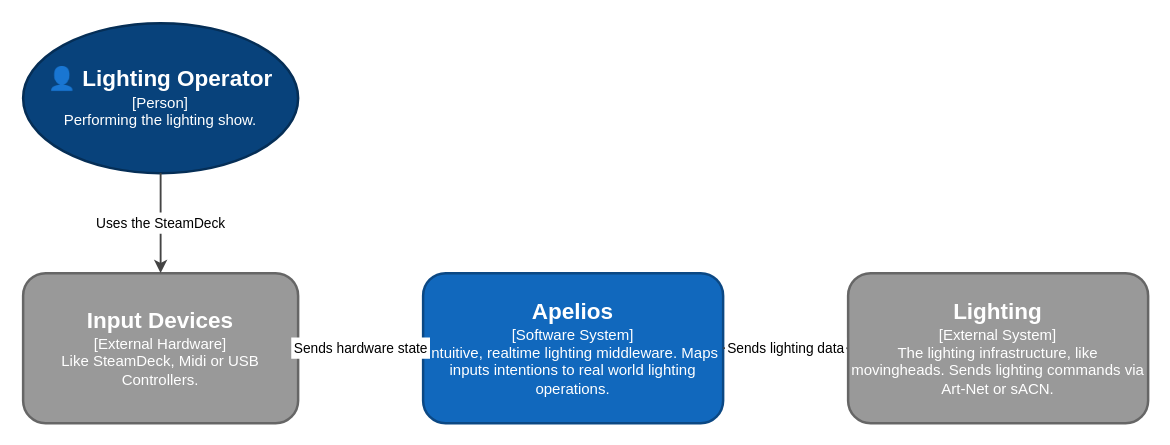
The draw.io diagram docs/c4/c1-apelios.drawio in weber-moritz/apelios, before the edit. Source tidied: cells renumbered, new cells numbered last; positions are measured from the earlier drawing's top-left corner, leaving out a move shared by most shapes. Both pictures are drawn from the tidied source at 125%, with x=0, y=0 at pixel (22, 22).
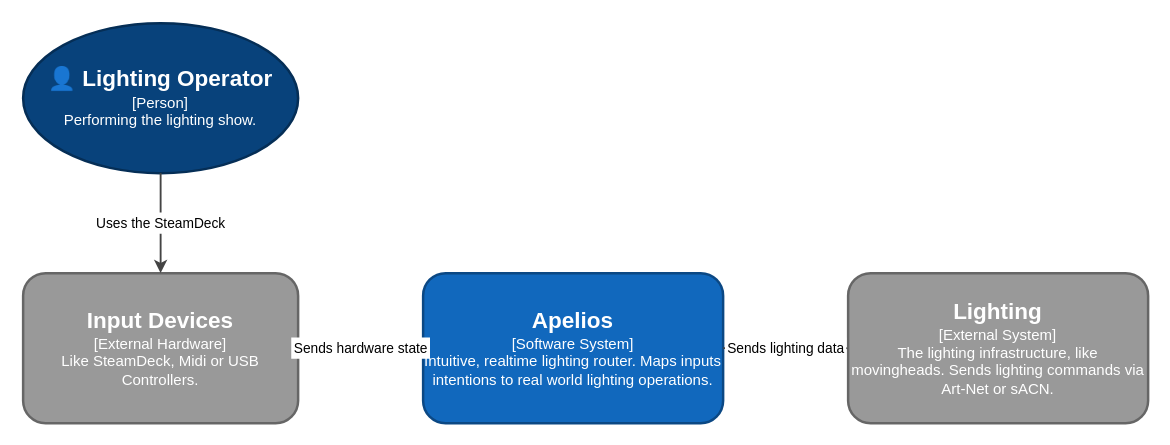
The same diagram, later.

What changed in the source:
```diff
@@
 <mxGraphModel>
   <root>
     <mxCell id="0" />
     <mxCell id="1" parent="0" />
     <mxCell id="2" value="&lt;h2 style=&quot;margin:0;&quot;&gt;&lt;font style=&quot;color: light-dark(rgb(255, 255, 255), rgb(237, 237, 237));&quot;&gt;👤 Lighting Operator&lt;/font&gt;&lt;/h2&gt;&lt;p style=&quot;margin:0;&quot;&gt;&lt;font style=&quot;color: light-dark(rgb(255, 255, 255), rgb(237, 237, 237));&quot;&gt;[Person]&lt;br&gt;Performing the lighting show.&lt;/font&gt;&lt;/p&gt;" style="ellipse;whiteSpace=wrap;html=1;fillColor=#08427b;fontColor=#ffffff;strokeColor=#052e56;strokeWidth=2;verticalAlign=middle;" parent="1" vertex="1">
       <mxGeometry width="220" height="120" as="geometry" />
     </mxCell>
     <mxCell id="3" value="&lt;h2 style=&quot;margin:0;&quot;&gt;Input Devices&lt;/h2&gt;&lt;p style=&quot;margin:0;&quot;&gt;[External Hardware]&lt;br&gt;Like SteamDeck, Midi or USB Controllers.&lt;/p&gt;" style="rounded=1;whiteSpace=wrap;html=1;fillColor=#999999;fontColor=#ffffff;strokeColor=#666666;strokeWidth=2;" parent="1" vertex="1">
       <mxGeometry y="200" width="220" height="120" as="geometry" />
     </mxCell>
-    <mxCell id="4" value="&lt;h2 style=&quot;margin:0;&quot;&gt;Apelios&lt;/h2&gt;&lt;p style=&quot;margin:0;&quot;&gt;[Software System]&lt;br&gt;Intuitive, realtime lighting middleware. Maps inputs intentions to real world lighting operations.&lt;/p&gt;" style="rounded=1;whiteSpace=wrap;html=1;fillColor=#1168bd;fontColor=#ffffff;strokeColor=#0b4884;strokeWidth=2;" parent="1" vertex="1">
+    <mxCell id="4" value="&lt;h2 style=&quot;margin:0;&quot;&gt;Apelios&lt;/h2&gt;&lt;p style=&quot;margin:0;&quot;&gt;[Software System]&lt;br&gt;Intuitive, realtime lighting router. Maps inputs intentions to real world lighting operations.&lt;/p&gt;" style="rounded=1;whiteSpace=wrap;html=1;fillColor=#1168bd;fontColor=#ffffff;strokeColor=#0b4884;strokeWidth=2;" parent="1" vertex="1">
       <mxGeometry x="320" y="200" width="240" height="120" as="geometry" />
     </mxCell>
     <mxCell id="5" value="&lt;h2 style=&quot;margin:0;&quot;&gt;Lighting&lt;/h2&gt;&lt;p style=&quot;margin:0;&quot;&gt;[External System]&lt;br&gt;The lighting infrastructure, like movingheads. Sends lighting commands via Art-Net or sACN.&lt;/p&gt;" style="rounded=1;whiteSpace=wrap;html=1;fillColor=#999999;fontColor=#ffffff;strokeColor=#666666;strokeWidth=2;" parent="1" vertex="1">
       <mxGeometry x="660" y="200" width="240" height="120" as="geometry" />
     </mxCell>
     <mxCell id="6" value="&lt;div style=&quot;background-color:#ffffff;padding:2px;&quot;&gt;Uses the SteamDeck&lt;/div&gt;" style="edgeStyle=orthogonalEdgeStyle;html=1;exitX=0.5;exitY=1;entryX=0.5;entryY=0;strokeColor=#444444;fontColor=#000000;strokeWidth=1.5;" parent="1" edge="1" source="2" target="3">
       <mxGeometry relative="1" as="geometry" />
     </mxCell>
     <mxCell id="7" value="&lt;div style=&quot;background-color:#ffffff;padding:2px;&quot;&gt;Sends hardware state&lt;/div&gt;" style="edgeStyle=orthogonalEdgeStyle;html=1;exitX=1;exitY=0.5;entryX=0;entryY=0.5;strokeColor=#444444;fontColor=#000000;strokeWidth=1.5;" parent="1" edge="1" source="3" target="4">
       <mxGeometry relative="1" as="geometry" />
     </mxCell>
     <mxCell id="8" value="&lt;div style=&quot;background-color:#ffffff;padding:2px;&quot;&gt;Sends lighting data&lt;/div&gt;" style="edgeStyle=orthogonalEdgeStyle;html=1;exitX=1;exitY=0.5;entryX=0;entryY=0.5;strokeColor=#444444;fontColor=#000000;strokeWidth=1.5;" parent="1" edge="1" source="4" target="5">
       <mxGeometry relative="1" as="geometry" />
     </mxCell>
   </root>
 </mxGraphModel>
```
